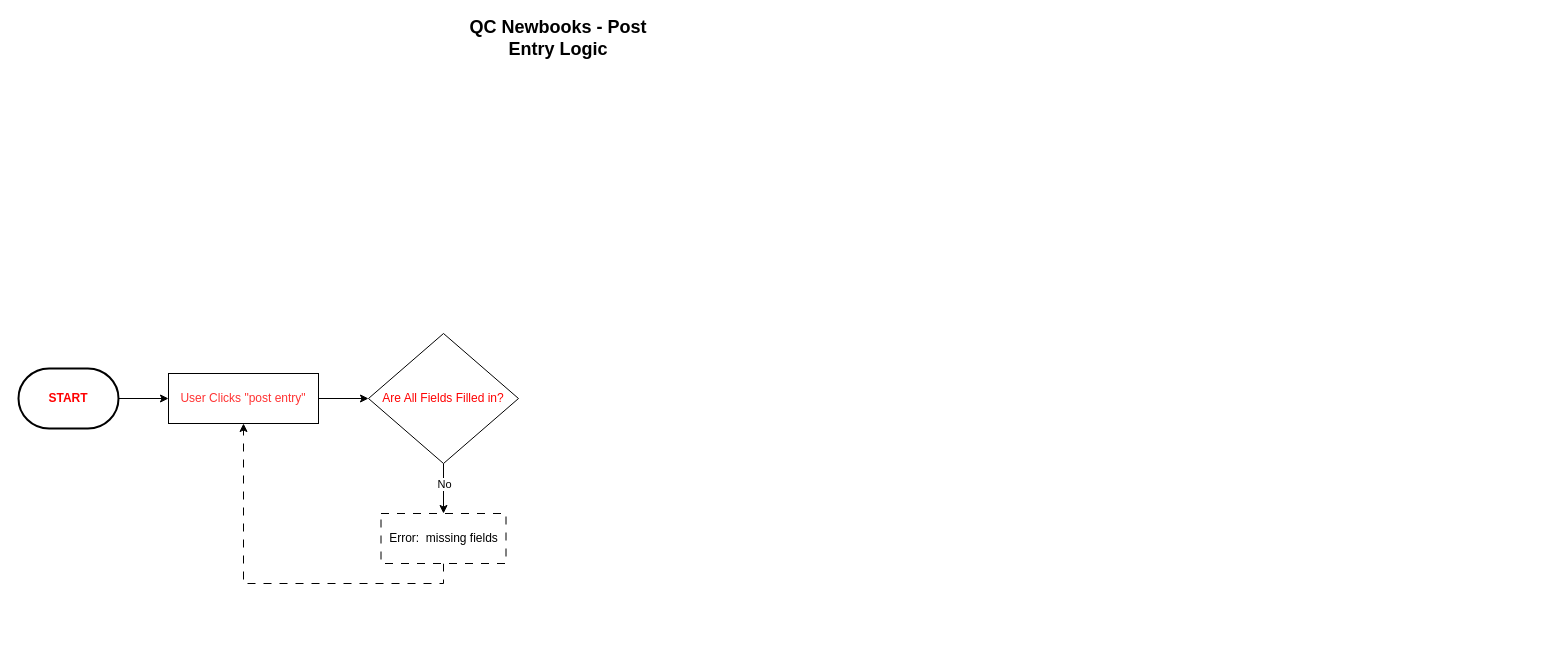
Before: page "Part A-Flowchart" (1 of 2) of QC_Newbooks_Diagrams.drawio in Dave13-Ui/diagram-qc-new-books, a draw.io diagram. Source tidied: cells renumbered, new cells numbered last; positions are measured from the earlier drawing's top-left corner, leaving out a move shared by most shapes. Both pictures are drawn from the tidied source at 100%, with x=0, y=0 at pixel (18, 23).
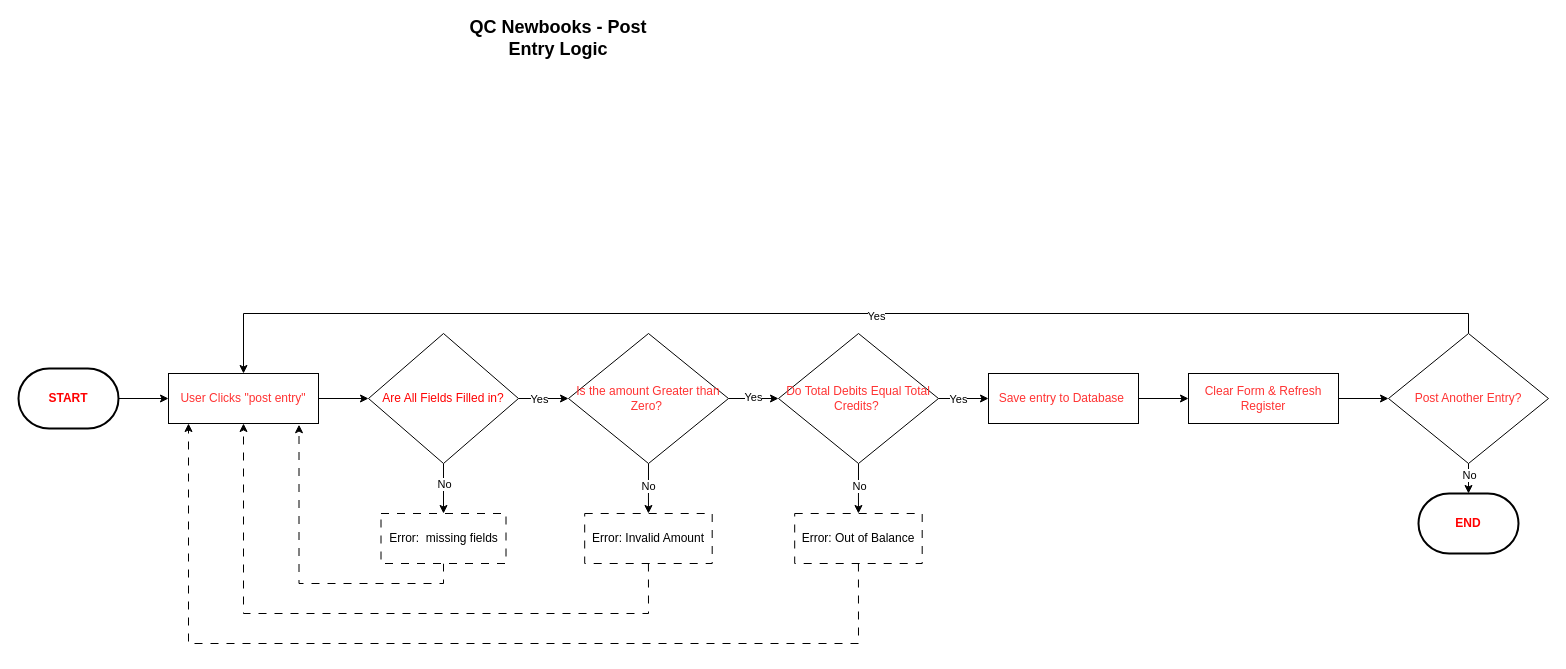
The same diagram, later.

Unchanged cells that the change refers to:
```xml
<mxCell id="6" value="&lt;font style=&quot;color: rgb(255, 51, 51);&quot;&gt;User Clicks &quot;post entry&quot;&lt;/font&gt;" style="html=1;dashed=0;whiteSpace=wrap;" parent="1" vertex="1">
  <mxGeometry x="150" y="350" width="150" height="50" as="geometry" />
</mxCell>
<mxCell id="9" value="&lt;font style=&quot;color: rgb(255, 0, 0);&quot;&gt;Are All Fields Filled in?&lt;/font&gt;" style="shape=rhombus;html=1;dashed=0;whiteSpace=wrap;perimeter=rhombusPerimeter;" parent="1" vertex="1">
  <mxGeometry x="350" y="310" width="150" height="130" as="geometry" />
</mxCell>
<mxCell id="11" value="Error:&amp;nbsp; missing fields" style="html=1;dashed=1;whiteSpace=wrap;strokeColor=default;dashPattern=8 8;" parent="1" vertex="1">
  <mxGeometry x="362.5" y="490" width="125" height="50" as="geometry" />
</mxCell>
```

The edit, as a diff of the source:
```diff
@@
+    <mxCell id="12" style="edgeStyle=orthogonalEdgeStyle;rounded=0;jettySize=auto;html=1;exitX=1;exitY=0.5;exitDx=0;exitDy=0;entryX=0;entryY=0.5;entryDx=0;entryDy=0;" parent="1" edge="1" source="9" target="18">
+      <mxGeometry relative="1" as="geometry" />
+    </mxCell>
+    <mxCell id="13" value="Yes" style="edgeLabel;html=1;align=center;verticalAlign=middle;" parent="12" vertex="1">
+      <mxGeometry y="2" relative="1" as="geometry">
+        <mxPoint x="-5" y="2" as="offset" />
+      </mxGeometry>
+    </mxCell>
@@
-    <mxCell id="10" style="edgeStyle=orthogonalEdgeStyle;rounded=0;jettySize=auto;html=1;exitX=0.5;exitY=1;exitDx=0;exitDy=0;entryX=0.5;entryY=1;entryDx=0;entryDy=0;dashed=1;dashPattern=8 8;" parent="1" edge="1" source="11" target="6">
-      <mxGeometry relative="1" as="geometry" />
+    <mxCell id="10" style="edgeStyle=orthogonalEdgeStyle;rounded=0;jettySize=auto;html=1;exitX=0.5;exitY=1;exitDx=0;exitDy=0;dashed=1;dashPattern=8 8;entryX=0.87;entryY=1.024;entryDx=0;entryDy=0;entryPerimeter=0;" parent="1" edge="1" source="11" target="6">
+      <mxGeometry relative="1" as="geometry">
+        <Array as="points">
+          <mxPoint x="425" y="560" />
+          <mxPoint x="280" y="560" />
+        </Array>
+      </mxGeometry>
     </mxCell>
@@
+    <mxCell id="14" style="edgeStyle=orthogonalEdgeStyle;rounded=0;jettySize=auto;html=1;exitX=0.5;exitY=1;exitDx=0;exitDy=0;entryX=0.5;entryY=0;entryDx=0;entryDy=0;" parent="1" edge="1" source="18" target="20">
+      <mxGeometry relative="1" as="geometry" />
+    </mxCell>
+    <mxCell id="15" value="No" style="edgeLabel;html=1;align=center;verticalAlign=middle;" parent="14" vertex="1">
+      <mxGeometry x="-0.11" y="2" relative="1" as="geometry">
+        <mxPoint x="-2" as="offset" />
+      </mxGeometry>
+    </mxCell>
+    <mxCell id="16" style="edgeStyle=orthogonalEdgeStyle;rounded=0;jettySize=auto;html=1;exitX=1;exitY=0.5;exitDx=0;exitDy=0;entryX=0;entryY=0.5;entryDx=0;entryDy=0;" parent="1" edge="1" source="18" target="25">
+      <mxGeometry relative="1" as="geometry" />
+    </mxCell>
+    <mxCell id="17" value="Yes" style="edgeLabel;html=1;align=center;verticalAlign=middle;" parent="16" vertex="1">
+      <mxGeometry x="-0.09" y="2" relative="1" as="geometry">
+        <mxPoint x="1" as="offset" />
+      </mxGeometry>
+    </mxCell>
+    <mxCell id="18" value="&lt;font style=&quot;color: rgb(255, 51, 51);&quot;&gt;Is the amount Greater than Zero?&amp;nbsp;&lt;/font&gt;" style="shape=rhombus;html=1;dashed=0;whiteSpace=wrap;perimeter=rhombusPerimeter;" parent="1" vertex="1">
+      <mxGeometry x="550" y="310" width="160" height="130" as="geometry" />
+    </mxCell>
+    <mxCell id="19" style="edgeStyle=orthogonalEdgeStyle;rounded=0;jettySize=auto;html=1;exitX=0.5;exitY=1;exitDx=0;exitDy=0;entryX=0.5;entryY=1;entryDx=0;entryDy=0;dashed=1;dashPattern=8 8;" parent="1" edge="1" source="20" target="6">
+      <mxGeometry relative="1" as="geometry">
+        <Array as="points">
+          <mxPoint x="630" y="590" />
+          <mxPoint x="225" y="590" />
+        </Array>
+      </mxGeometry>
+    </mxCell>
+    <mxCell id="20" value="Error: Invalid Amount" style="html=1;dashed=1;whiteSpace=wrap;dashPattern=8 8;" parent="1" vertex="1">
+      <mxGeometry x="566.2" y="490" width="127.5" height="50" as="geometry" />
+    </mxCell>
+    <mxCell id="21" style="edgeStyle=orthogonalEdgeStyle;rounded=0;jettySize=auto;html=1;exitX=0.5;exitY=1;exitDx=0;exitDy=0;entryX=0.5;entryY=0;entryDx=0;entryDy=0;" parent="1" edge="1" source="25" target="27">
+      <mxGeometry relative="1" as="geometry" />
+    </mxCell>
+    <mxCell id="22" value="No" style="edgeLabel;html=1;align=center;verticalAlign=middle;" parent="21" vertex="1">
+      <mxGeometry x="-0.11" y="1" relative="1" as="geometry" />
+    </mxCell>
+    <mxCell id="23" style="edgeStyle=orthogonalEdgeStyle;rounded=0;jettySize=auto;html=1;exitX=1;exitY=0.5;exitDx=0;exitDy=0;entryX=0;entryY=0.5;entryDx=0;entryDy=0;" parent="1" edge="1" source="25" target="29">
+      <mxGeometry relative="1" as="geometry" />
+    </mxCell>
+    <mxCell id="24" value="Yes" style="edgeLabel;html=1;align=center;verticalAlign=middle;" parent="23" vertex="1">
+      <mxGeometry y="-2" relative="1" as="geometry">
+        <mxPoint x="-6" y="-2" as="offset" />
+      </mxGeometry>
+    </mxCell>
+    <mxCell id="25" value="&lt;font style=&quot;color: rgb(255, 51, 51);&quot;&gt;Do Total Debits Equal Total Credits?&amp;nbsp;&lt;/font&gt;" style="shape=rhombus;html=1;dashed=0;whiteSpace=wrap;perimeter=rhombusPerimeter;" parent="1" vertex="1">
+      <mxGeometry x="760" y="310" width="160" height="130" as="geometry" />
+    </mxCell>
+    <mxCell id="26" style="edgeStyle=orthogonalEdgeStyle;rounded=0;jettySize=auto;html=1;exitX=0.5;exitY=1;exitDx=0;exitDy=0;dashed=1;dashPattern=8 8;" parent="1" edge="1" source="27" target="6">
+      <mxGeometry relative="1" as="geometry">
+        <Array as="points">
+          <mxPoint x="840" y="620" />
+          <mxPoint x="170" y="620" />
+        </Array>
+      </mxGeometry>
+    </mxCell>
+    <mxCell id="27" value="Error: Out of Balance" style="html=1;dashed=1;whiteSpace=wrap;dashPattern=8 8;" parent="1" vertex="1">
+      <mxGeometry x="776.2" y="490" width="127.5" height="50" as="geometry" />
+    </mxCell>
+    <mxCell id="28" style="edgeStyle=orthogonalEdgeStyle;rounded=0;jettySize=auto;html=1;exitX=1;exitY=0.5;exitDx=0;exitDy=0;entryX=0;entryY=0.5;entryDx=0;entryDy=0;" parent="1" edge="1" source="29" target="31">
+      <mxGeometry relative="1" as="geometry" />
+    </mxCell>
+    <mxCell id="29" value="&lt;font style=&quot;color: rgb(255, 51, 51);&quot;&gt;Save entry to Database&amp;nbsp;&lt;/font&gt;" style="html=1;dashed=0;whiteSpace=wrap;" parent="1" vertex="1">
+      <mxGeometry x="970" y="350" width="150" height="50" as="geometry" />
+    </mxCell>
+    <mxCell id="30" style="edgeStyle=orthogonalEdgeStyle;rounded=0;jettySize=auto;html=1;exitX=1;exitY=0.5;exitDx=0;exitDy=0;" parent="1" edge="1" source="31" target="34">
+      <mxGeometry relative="1" as="geometry" />
+    </mxCell>
+    <mxCell id="31" value="&lt;font style=&quot;color: rgb(255, 51, 51);&quot;&gt;Clear Form &amp;amp; Refresh Register&lt;/font&gt;" style="html=1;dashed=0;whiteSpace=wrap;" parent="1" vertex="1">
+      <mxGeometry x="1170" y="350" width="150" height="50" as="geometry" />
+    </mxCell>
+    <mxCell id="32" style="edgeStyle=orthogonalEdgeStyle;rounded=0;jettySize=auto;html=1;exitX=0.5;exitY=0;exitDx=0;exitDy=0;entryX=0.5;entryY=0;entryDx=0;entryDy=0;" parent="1" edge="1" source="34" target="6">
+      <mxGeometry relative="1" as="geometry" />
+    </mxCell>
+    <mxCell id="33" value="Yes" style="edgeLabel;html=1;align=center;verticalAlign=middle;" parent="32" vertex="1">
+      <mxGeometry x="-0.06" y="2" relative="1" as="geometry" />
+    </mxCell>
+    <mxCell id="34" value="&lt;font style=&quot;color: rgb(255, 51, 51);&quot;&gt;Post Another Entry?&lt;/font&gt;" style="shape=rhombus;html=1;dashed=0;whiteSpace=wrap;perimeter=rhombusPerimeter;" parent="1" vertex="1">
+      <mxGeometry x="1370" y="310" width="160" height="130" as="geometry" />
+    </mxCell>
+    <mxCell id="35" value="&lt;b&gt;&lt;font style=&quot;color: rgb(255, 0, 0);&quot;&gt;END&lt;/font&gt;&lt;/b&gt;" style="strokeWidth=2;html=1;shape=mxgraph.flowchart.terminator;whiteSpace=wrap;" parent="1" vertex="1">
+      <mxGeometry x="1400" y="470" width="100" height="60" as="geometry" />
+    </mxCell>
+    <mxCell id="36" style="edgeStyle=orthogonalEdgeStyle;rounded=0;jettySize=auto;html=1;exitX=0.5;exitY=1;exitDx=0;exitDy=0;entryX=0.5;entryY=0;entryDx=0;entryDy=0;entryPerimeter=0;" parent="1" edge="1" source="34" target="35">
+      <mxGeometry relative="1" as="geometry" />
+    </mxCell>
+    <mxCell id="37" value="No" style="edgeLabel;html=1;align=center;verticalAlign=middle;" parent="36" vertex="1">
+      <mxGeometry x="-0.27" relative="1" as="geometry" />
+    </mxCell>
```
